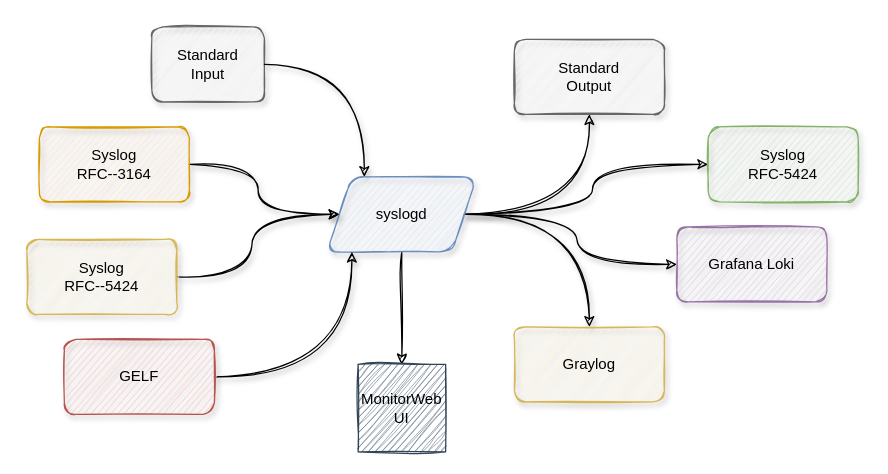
mnellemann/syslogd keeps this draw.io diagram as doc/syslogd.drawio. Above is the earlier version. Source tidied: cells renumbered, new cells numbered last; positions are measured from the earlier drawing's top-left corner, leaving out a move shared by most shapes. Both pictures are drawn from the tidied source at 125%, with x=0, y=0 at pixel (26, 26).
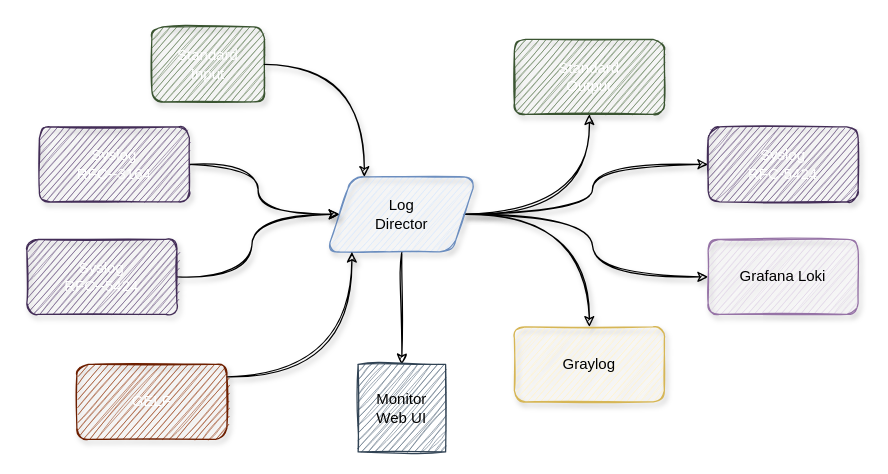
After the change.

What changed in the source:
```diff
@@
-    <mxCell id="3" value="Syslog&#10;RFC--3164" style="rounded=1;whiteSpace=wrap;html=1;sketch=1;shadow=1;fillColor=#ffe6cc;strokeColor=#d79b00;" parent="1" vertex="1">
+    <mxCell id="3" value="Syslog&lt;br&gt;RFC--3164" style="rounded=1;whiteSpace=wrap;html=1;sketch=1;shadow=1;fillColor=#76608a;strokeColor=#432D57;fontColor=#ffffff;" parent="1" vertex="1">
       <mxGeometry x="10" y="80" width="120" height="60" as="geometry" />
     </mxCell>
@@
-    <mxCell id="9" value="syslogd" style="shape=parallelogram;perimeter=parallelogramPerimeter;whiteSpace=wrap;html=1;fixedSize=1;sketch=1;rounded=1;shadow=1;fillColor=#dae8fc;strokeColor=#6c8ebf;" parent="1" vertex="1">
+    <mxCell id="9" value="Log&lt;div&gt;Director&lt;/div&gt;" style="shape=parallelogram;perimeter=parallelogramPerimeter;whiteSpace=wrap;html=1;fixedSize=1;sketch=1;rounded=1;shadow=1;fillColor=#dae8fc;strokeColor=#6c8ebf;" parent="1" vertex="1">
       <mxGeometry x="240" y="120" width="120" height="60" as="geometry" />
     </mxCell>
@@
-    <mxCell id="11" value="Syslog&#10;RFC--5424" style="rounded=1;whiteSpace=wrap;html=1;sketch=1;shadow=1;fillColor=#fff2cc;strokeColor=#d6b656;" parent="1" vertex="1">
+    <mxCell id="11" value="Syslog&#10;RFC--5424" style="rounded=1;whiteSpace=wrap;html=1;sketch=1;shadow=1;fillColor=#76608a;strokeColor=#432D57;fontColor=#ffffff;" parent="1" vertex="1">
       <mxGeometry y="170" width="120" height="60" as="geometry" />
     </mxCell>
@@
-    <mxCell id="13" value="GELF" style="rounded=1;whiteSpace=wrap;html=1;sketch=1;shadow=1;fillColor=#f8cecc;strokeColor=#b85450;" parent="1" vertex="1">
-      <mxGeometry x="30" y="250" width="120" height="60" as="geometry" />
+    <mxCell id="13" value="GELF" style="rounded=1;whiteSpace=wrap;html=1;sketch=1;shadow=1;fillColor=#a0522d;strokeColor=#6D1F00;fontColor=#ffffff;" parent="1" vertex="1">
+      <mxGeometry x="40" y="270" width="120" height="60" as="geometry" />
     </mxCell>
-    <mxCell id="14" value="Syslog&#10;RFC-5424" style="rounded=1;whiteSpace=wrap;html=1;sketch=1;shadow=1;fillColor=#d5e8d4;strokeColor=#82b366;" parent="1" vertex="1">
+    <mxCell id="14" value="Syslog&#10;RFC-5424" style="rounded=1;whiteSpace=wrap;html=1;sketch=1;shadow=1;fillColor=#76608a;strokeColor=#432D57;fontColor=#ffffff;" parent="1" vertex="1">
       <mxGeometry x="545" y="80" width="120" height="60" as="geometry" />
     </mxCell>
     <mxCell id="15" value="Grafana Loki" style="rounded=1;whiteSpace=wrap;html=1;sketch=1;shadow=1;fillColor=#e1d5e7;strokeColor=#9673a6;" parent="1" vertex="1">
-      <mxGeometry x="520" y="160" width="120" height="60" as="geometry" />
+      <mxGeometry x="545" y="170" width="120" height="60" as="geometry" />
     </mxCell>
@@
-    <mxCell id="17" value="Standard&#10;Output" style="rounded=1;whiteSpace=wrap;html=1;sketch=1;shadow=1;fillColor=#f5f5f5;strokeColor=#666666;" parent="1" vertex="1">
+    <mxCell id="17" value="Standard&#10;Output" style="rounded=1;whiteSpace=wrap;html=1;sketch=1;shadow=1;fillColor=#6d8764;strokeColor=#3A5431;fontColor=#ffffff;" parent="1" vertex="1">
       <mxGeometry x="390" y="10" width="120" height="60" as="geometry" />
     </mxCell>
-    <mxCell id="18" value="Standard&#10;Input" style="rounded=1;whiteSpace=wrap;html=1;sketch=1;shadow=1;fillColor=#f5f5f5;strokeColor=#666666;" parent="1" vertex="1">
+    <mxCell id="18" value="Standard&lt;div&gt;Input&lt;/div&gt;" style="rounded=1;whiteSpace=wrap;html=1;sketch=1;shadow=1;fillColor=#6d8764;strokeColor=#3A5431;fontColor=#ffffff;" parent="1" vertex="1">
       <mxGeometry x="100" width="90" height="60" as="geometry" />
     </mxCell>
@@
-    <mxCell id="20" value="MonitorWeb UI" style="whiteSpace=wrap;html=1;fillColor=#647687;strokeColor=#314354;sketch=1;curveFitting=1;jiggle=2;" parent="1" vertex="1">
+    <mxCell id="20" value="Monitor&#10;Web UI" style="whiteSpace=wrap;html=1;fillColor=#647687;strokeColor=#314354;sketch=1;curveFitting=1;jiggle=2;" parent="1" vertex="1">
       <mxGeometry x="265" y="270" width="70" height="70" as="geometry" />
     </mxCell>
```
